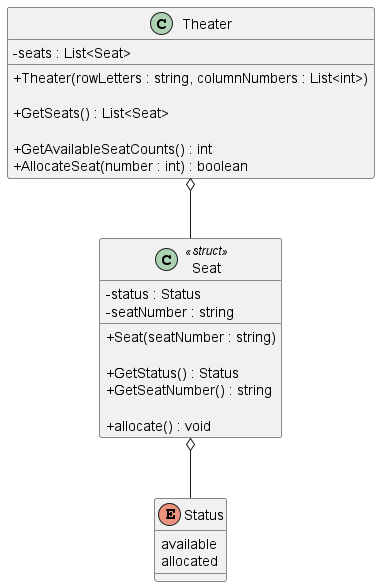
This is diagrams/cinnamon cinemas.png from iamfranco/CinnamonCinemasChallenge, a PlantUML export, as it was before one commit.
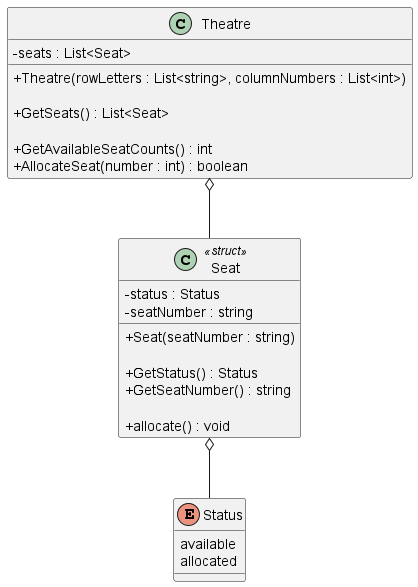
Above is the later version.

Commit message:
UML: rename Theater class to Theatre, change Theatre constructor input rowLetters to use List of string

The edit, as a diff of the source:
```diff
@@ -1,10 +1,10 @@
 @startuml "cinnamon cinemas"
 skinparam ClassAttributeIconSize 0
 
-class Theater {
+class Theatre {
     - seats : List<Seat>
 
-    + Theater(rowLetters : string, columnNumbers : List<int>)
+    + Theatre(rowLetters : List<string>, columnNumbers : List<int>)
 
     + GetSeats() : List<Seat>
 
@@ -29,7 +29,7 @@
     allocated
 }
 
-Theater o-- Seat
+Theatre o-- Seat
 Seat o-- Status
 
 @enduml
```
